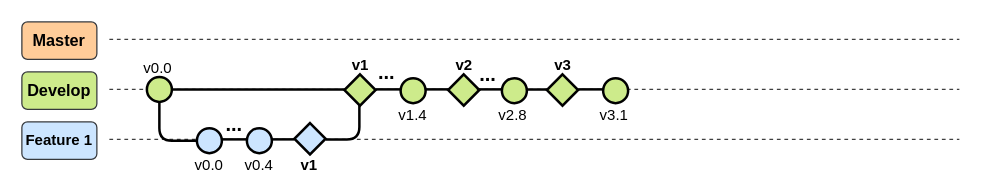
Earlier version of the draw.io diagram page "Develop" (2 of 3) of 03_ImagenesRepo/01_GitFlow.drawio (LEOSZ8/Tesis_Msc_LSZ). Source tidied: cells renumbered, new cells numbered last; positions are measured from the earlier drawing's top-left corner, leaving out a move shared by most shapes. Both pictures are drawn from the tidied source at 125%, with x=0, y=0 at pixel (21, 21).
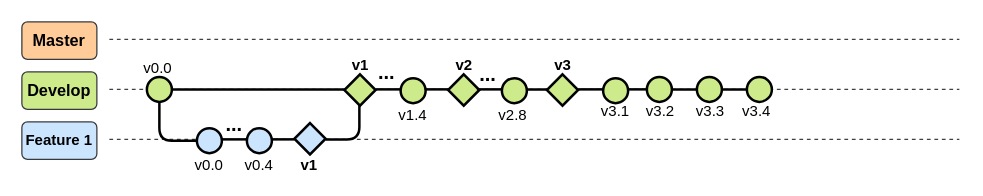
After the change.

Unchanged cells that the change refers to:
```xml
<mxCell id="39" style="ellipse;whiteSpace=wrap;html=1;fillColor=#CDEB8B;strokeColor=#000000;strokeWidth=2;" parent="1" vertex="1">
  <mxGeometry x="465" y="45" width="20" height="20" as="geometry" />
</mxCell>
```

Diff of the diagram source:
```diff
@@
+    <mxCell id="41" style="edgeStyle=orthogonalEdgeStyle;rounded=0;jettySize=auto;html=1;strokeWidth=2;endArrow=none;endFill=0;" parent="1" edge="1" source="39" target="43">
+      <mxGeometry relative="1" as="geometry">
+        <Array as="points">
+          <mxPoint x="490" y="54" />
+          <mxPoint x="490" y="54" />
+        </Array>
+      </mxGeometry>
+    </mxCell>
@@
     <mxCell id="40" value="v3.1" style="text;html=1;align=center;verticalAlign=middle;whiteSpace=wrap;rounded=0;" parent="1" vertex="1">
-      <mxGeometry x="459" y="70" width="30" height="10" as="geometry" />
+      <mxGeometry x="460" y="67" width="30" height="10" as="geometry" />
     </mxCell>
+    <mxCell id="42" style="edgeStyle=orthogonalEdgeStyle;rounded=0;jettySize=auto;html=1;endArrow=none;endFill=0;strokeWidth=2;" parent="1" edge="1" source="43" target="45">
+      <mxGeometry relative="1" as="geometry" />
+    </mxCell>
+    <mxCell id="43" style="ellipse;whiteSpace=wrap;html=1;fillColor=#CDEB8B;strokeColor=#000000;strokeWidth=2;" parent="1" vertex="1">
+      <mxGeometry x="500" y="44" width="20" height="20" as="geometry" />
+    </mxCell>
+    <mxCell id="44" style="edgeStyle=orthogonalEdgeStyle;rounded=0;jettySize=auto;html=1;endArrow=none;endFill=0;strokeWidth=2;" parent="1" edge="1" source="45" target="48">
+      <mxGeometry relative="1" as="geometry" />
+    </mxCell>
+    <mxCell id="45" style="ellipse;whiteSpace=wrap;html=1;fillColor=#CDEB8B;strokeColor=#000000;strokeWidth=2;" parent="1" vertex="1">
+      <mxGeometry x="540" y="44" width="20" height="20" as="geometry" />
+    </mxCell>
+    <mxCell id="46" value="v3.2" style="text;html=1;align=center;verticalAlign=middle;whiteSpace=wrap;rounded=0;" parent="1" vertex="1">
+      <mxGeometry x="496" y="67" width="30" height="10" as="geometry" />
+    </mxCell>
+    <mxCell id="47" value="v3.3" style="text;html=1;align=center;verticalAlign=middle;whiteSpace=wrap;rounded=0;" parent="1" vertex="1">
+      <mxGeometry x="536" y="67" width="30" height="10" as="geometry" />
+    </mxCell>
+    <mxCell id="48" style="ellipse;whiteSpace=wrap;html=1;fillColor=#CDEB8B;strokeColor=#000000;strokeWidth=2;" parent="1" vertex="1">
+      <mxGeometry x="580" y="44" width="20" height="20" as="geometry" />
+    </mxCell>
+    <mxCell id="49" value="v3.4" style="text;html=1;align=center;verticalAlign=middle;whiteSpace=wrap;rounded=0;" parent="1" vertex="1">
+      <mxGeometry x="573" y="67" width="30" height="10" as="geometry" />
+    </mxCell>
```
